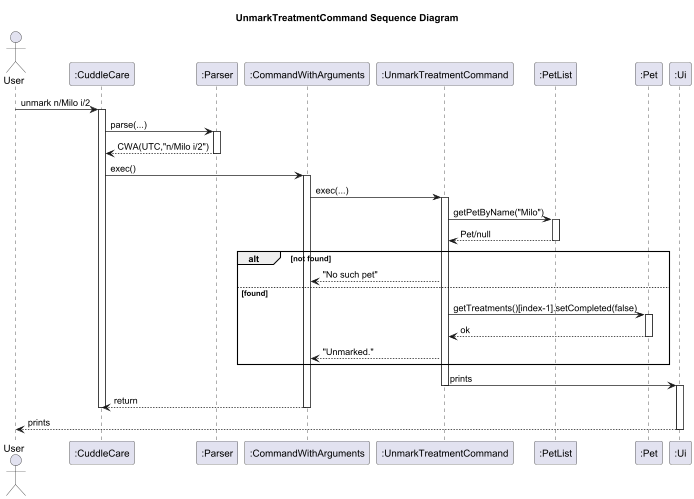
Kevin88866/tp keeps this PlantUML diagram as docs/diagrams/UnmarkTreatmentCommand_Sequence_Diagram.png. Above is the earlier version.
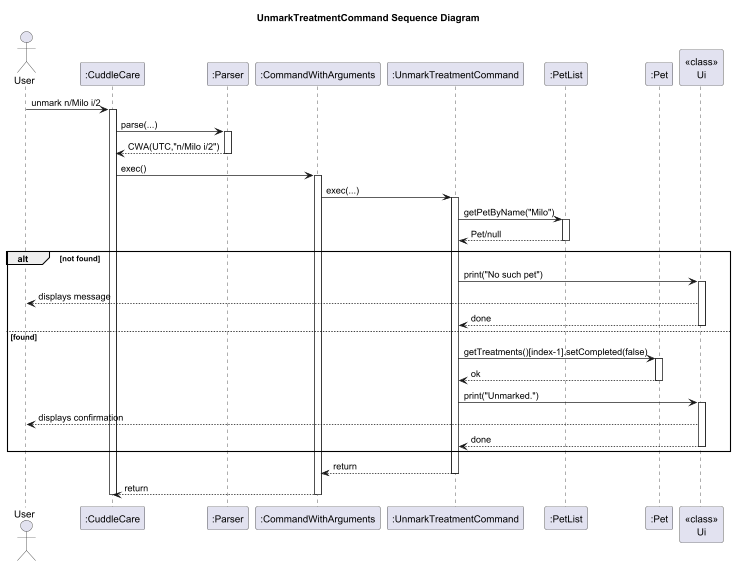
The same file after the commit.

Change to the diagram source:
```diff
@@ -7,7 +7,7 @@
 participant ":UnmarkTreatmentCommand" as UTC
 participant ":PetList" as PetList
 participant ":Pet" as Pet
-participant ":Ui" as Ui
+participant "<<class>>\nUi" as Ui
 
 User -> CuddleCare : unmark n/Milo i/2
 activate CuddleCare
@@ -26,21 +26,26 @@
 deactivate PetList
 
 alt not found
-  UTC --> CWA : "No such pet"
+  UTC -> Ui : print("No such pet")
+  activate Ui
+  Ui --> User : displays message
+  Ui --> UTC : done
+  deactivate Ui
 else found
   UTC -> Pet : getTreatments()[index-1].setCompleted(false)
   activate Pet
   Pet --> UTC : ok
   deactivate Pet
-  UTC --> CWA : "Unmarked."
+  UTC -> Ui : print("Unmarked.")
+  activate Ui
+  Ui --> User : displays confirmation
+  Ui --> UTC : done
+  deactivate Ui
 end
-  UTC -> Ui : prints
+
+UTC --> CWA : return
 deactivate UTC
-activate Ui
 CWA --> CuddleCare : return
 deactivate CWA
-
 deactivate CuddleCare
-Ui --> User : prints
-deactivate Ui
 @enduml
```
